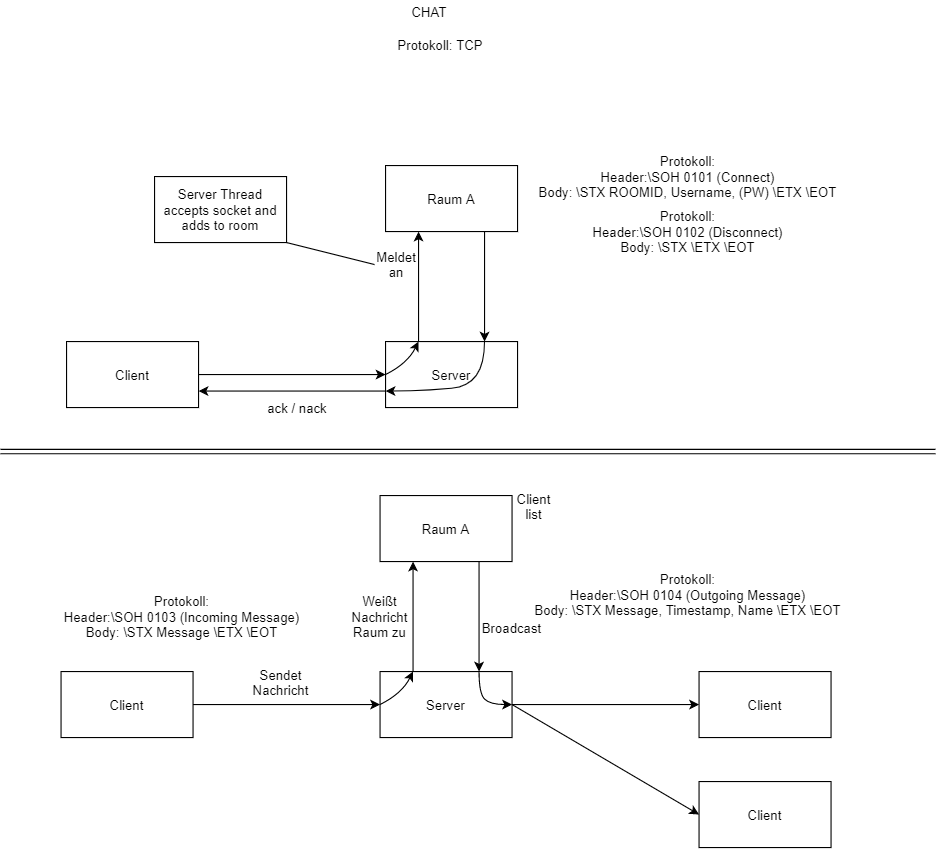
Earlier version of the draw.io export network/ServerArchitecture.png (LittleBeasts/documentation). Source tidied: cells renumbered, new cells last; positions are measured from the earlier drawing's top-left corner, leaving out a move shared by most shapes.
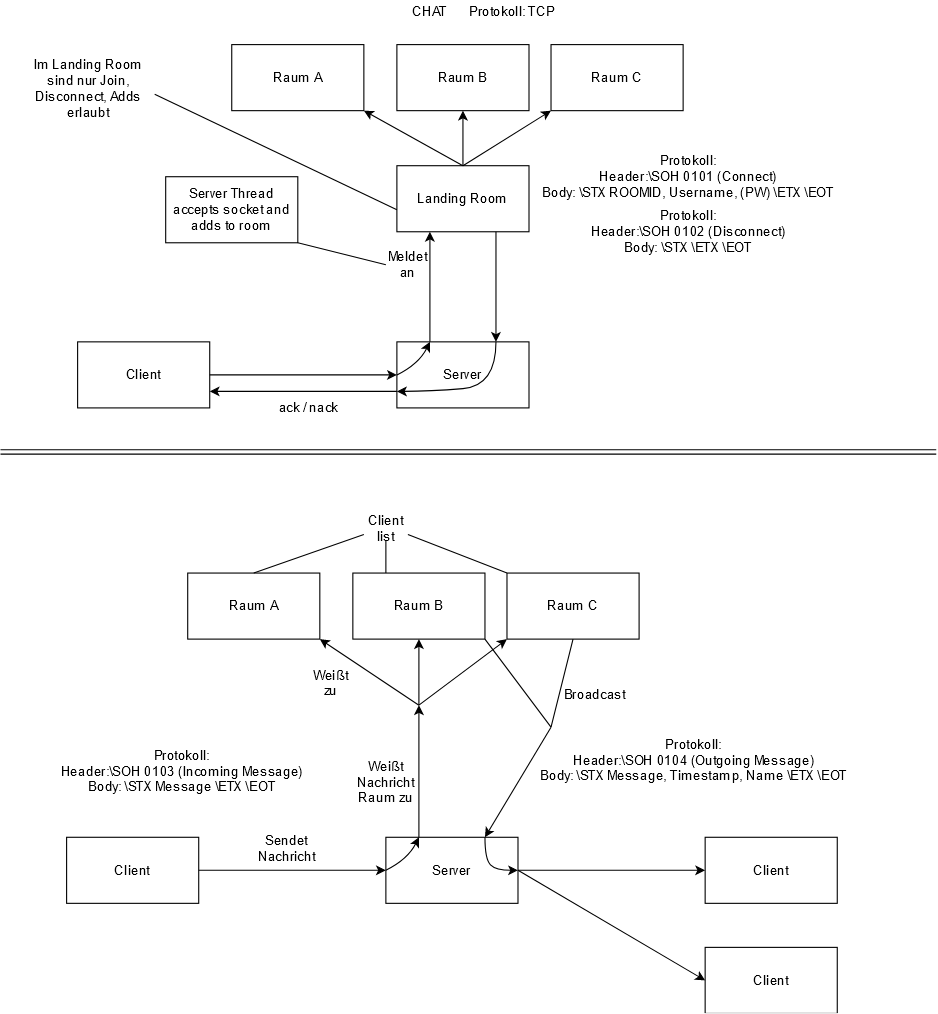
The same diagram one commit later.

Diff of the diagram source:
```diff
@@ -3,13 +3,13 @@
     <mxCell id="0" />
     <mxCell id="1" parent="0" />
     <mxCell id="2" value="Server" style="rounded=0;whiteSpace=wrap;html=1;" parent="1" vertex="1">
-      <mxGeometry x="350" y="310" width="120" height="60" as="geometry" />
+      <mxGeometry x="360" y="310" width="120" height="60" as="geometry" />
     </mxCell>
     <mxCell id="3" value="Client" style="rounded=0;whiteSpace=wrap;html=1;" parent="1" vertex="1">
-      <mxGeometry x="60" y="310" width="120" height="60" as="geometry" />
+      <mxGeometry x="70" y="310" width="120" height="60" as="geometry" />
     </mxCell>
-    <mxCell id="4" value="Raum A" style="rounded=0;whiteSpace=wrap;html=1;" parent="1" vertex="1">
-      <mxGeometry x="350" y="150" width="120" height="60" as="geometry" />
+    <mxCell id="4" value="Landing Room" style="rounded=0;whiteSpace=wrap;html=1;" parent="1" vertex="1">
+      <mxGeometry x="360" y="150" width="120" height="60" as="geometry" />
     </mxCell>
     <mxCell id="5" style="endArrow=classic;html=1;exitX=1;exitY=0.5;exitDx=0;exitDy=0;entryX=0;entryY=0.5;entryDx=0;entryDy=0;" parent="1" edge="1" source="3" target="2">
       <mxGeometry relative="1" as="geometry" />
@@ -20,72 +20,73 @@
     <mxCell id="7" style="curved=1;endArrow=classic;html=1;exitX=0;exitY=0.5;exitDx=0;exitDy=0;entryX=0.25;entryY=0;entryDx=0;entryDy=0;" parent="1" edge="1" source="2" target="2">
       <mxGeometry relative="1" as="geometry">
         <Array as="points">
-          <mxPoint x="370" y="330" />
+          <mxPoint x="380" y="330" />
         </Array>
       </mxGeometry>
     </mxCell>
     <mxCell id="8" value="Meldet an" style="text;html=1;strokeColor=none;fillColor=none;align=center;verticalAlign=middle;whiteSpace=wrap;rounded=0;" parent="1" vertex="1">
-      <mxGeometry x="340" y="230" width="40" height="20" as="geometry" />
+      <mxGeometry x="350" y="230" width="40" height="20" as="geometry" />
     </mxCell>
     <mxCell id="9" value="Server" style="rounded=0;whiteSpace=wrap;html=1;" parent="1" vertex="1">
-      <mxGeometry x="345" y="610" width="120" height="60" as="geometry" />
+      <mxGeometry x="350" y="760" width="120" height="60" as="geometry" />
     </mxCell>
     <mxCell id="10" value="Client" style="rounded=0;whiteSpace=wrap;html=1;" parent="1" vertex="1">
-      <mxGeometry x="55" y="610" width="120" height="60" as="geometry" />
+      <mxGeometry x="60" y="760" width="120" height="60" as="geometry" />
     </mxCell>
     <mxCell id="11" value="Client" style="rounded=0;whiteSpace=wrap;html=1;" parent="1" vertex="1">
-      <mxGeometry x="635" y="610" width="120" height="60" as="geometry" />
+      <mxGeometry x="640" y="760" width="120" height="60" as="geometry" />
     </mxCell>
-    <mxCell id="12" value="Raum A" style="rounded=0;whiteSpace=wrap;html=1;" parent="1" vertex="1">
-      <mxGeometry x="345" y="450" width="120" height="60" as="geometry" />
-    </mxCell>
     <mxCell id="13" style="endArrow=classic;html=1;exitX=1;exitY=0.5;exitDx=0;exitDy=0;entryX=0;entryY=0.5;entryDx=0;entryDy=0;" parent="1" edge="1" source="10" target="9">
       <mxGeometry relative="1" as="geometry" />
     </mxCell>
     <mxCell id="14" style="endArrow=classic;html=1;exitX=1;exitY=0.5;exitDx=0;exitDy=0;entryX=0;entryY=0.5;entryDx=0;entryDy=0;" parent="1" edge="1" source="9" target="11">
       <mxGeometry relative="1" as="geometry" />
     </mxCell>
-    <mxCell id="15" style="endArrow=classic;html=1;entryX=0.25;entryY=1;entryDx=0;entryDy=0;exitX=0.25;exitY=0;exitDx=0;exitDy=0;" parent="1" edge="1" source="9" target="12">
-      <mxGeometry relative="1" as="geometry" />
+    <mxCell id="15" style="endArrow=classic;html=1;exitX=0.25;exitY=0;exitDx=0;exitDy=0;" parent="1" edge="1" source="9">
+      <mxGeometry relative="1" as="geometry">
+        <mxPoint x="380" y="640" as="targetPoint" />
+      </mxGeometry>
     </mxCell>
-    <mxCell id="16" style="endArrow=classic;html=1;exitX=0.75;exitY=1;exitDx=0;exitDy=0;entryX=0.75;entryY=0;entryDx=0;entryDy=0;" parent="1" edge="1" source="12" target="9">
-      <mxGeometry relative="1" as="geometry" />
+    <mxCell id="16" style="endArrow=classic;html=1;entryX=0.75;entryY=0;entryDx=0;entryDy=0;" parent="1" edge="1" target="9">
+      <mxGeometry relative="1" as="geometry">
+        <mxPoint x="500" y="660" as="sourcePoint" />
+      </mxGeometry>
     </mxCell>
     <mxCell id="17" style="curved=1;endArrow=classic;html=1;exitX=0;exitY=0.5;exitDx=0;exitDy=0;entryX=0.25;entryY=0;entryDx=0;entryDy=0;" parent="1" edge="1" source="9" target="9">
       <mxGeometry relative="1" as="geometry">
         <Array as="points">
-          <mxPoint x="365" y="630" />
+          <mxPoint x="370" y="780" />
         </Array>
       </mxGeometry>
     </mxCell>
     <mxCell id="18" style="curved=1;endArrow=classic;html=1;exitX=0.75;exitY=0;exitDx=0;exitDy=0;entryX=1;entryY=0.5;entryDx=0;entryDy=0;" parent="1" edge="1" source="9" target="9">
       <mxGeometry relative="1" as="geometry">
         <Array as="points">
-          <mxPoint x="435" y="630" />
-          <mxPoint x="445" y="640" />
+          <mxPoint x="440" y="780" />
+          <mxPoint x="450" y="790" />
         </Array>
       </mxGeometry>
     </mxCell>
     <mxCell id="19" value="Sendet Nachricht" style="text;html=1;strokeColor=none;fillColor=none;align=center;verticalAlign=middle;whiteSpace=wrap;rounded=0;" parent="1" vertex="1">
-      <mxGeometry x="235" y="610" width="40" height="20" as="geometry" />
+      <mxGeometry x="240" y="760" width="40" height="20" as="geometry" />
     </mxCell>
     <mxCell id="20" value="Weißt Nachricht Raum zu" style="text;html=1;strokeColor=none;fillColor=none;align=center;verticalAlign=middle;whiteSpace=wrap;rounded=0;" parent="1" vertex="1">
-      <mxGeometry x="325" y="550" width="40" height="20" as="geometry" />
+      <mxGeometry x="330" y="700" width="40" height="20" as="geometry" />
     </mxCell>
     <mxCell id="21" value="Broadcast" style="text;html=1;strokeColor=none;fillColor=none;align=center;verticalAlign=middle;whiteSpace=wrap;rounded=0;" parent="1" vertex="1">
-      <mxGeometry x="445" y="560" width="40" height="20" as="geometry" />
+      <mxGeometry x="520" y="620" width="40" height="20" as="geometry" />
     </mxCell>
     <mxCell id="22" value="CHAT" style="text;html=1;strokeColor=none;fillColor=none;align=center;verticalAlign=middle;whiteSpace=wrap;rounded=0;" parent="1" vertex="1">
       <mxGeometry x="120" width="540" height="20" as="geometry" />
     </mxCell>
     <mxCell id="23" value="Client" style="rounded=0;whiteSpace=wrap;html=1;" parent="1" vertex="1">
-      <mxGeometry x="635" y="710" width="120" height="60" as="geometry" />
+      <mxGeometry x="640" y="860" width="120" height="60" as="geometry" />
     </mxCell>
     <mxCell id="24" style="endArrow=classic;html=1;exitX=1;exitY=0.5;exitDx=0;exitDy=0;entryX=0;entryY=0.5;entryDx=0;entryDy=0;" parent="1" edge="1" source="9" target="23">
       <mxGeometry relative="1" as="geometry" />
     </mxCell>
     <mxCell id="25" value="Client list" style="text;html=1;strokeColor=none;fillColor=none;align=center;verticalAlign=middle;whiteSpace=wrap;rounded=0;" parent="1" vertex="1">
-      <mxGeometry x="465" y="450" width="40" height="20" as="geometry" />
+      <mxGeometry x="330" y="470" width="40" height="20" as="geometry" />
     </mxCell>
     <mxCell id="26" style="endArrow=classic;html=1;exitX=0.75;exitY=1;exitDx=0;exitDy=0;entryX=0.75;entryY=0;entryDx=0;entryDy=0;" parent="1" edge="1" source="4" target="2">
       <mxGeometry relative="1" as="geometry" />
@@ -96,22 +97,22 @@
     <mxCell id="28" style="curved=1;endArrow=classic;html=1;exitX=0.75;exitY=0;exitDx=0;exitDy=0;entryX=0;entryY=0.75;entryDx=0;entryDy=0;" parent="1" edge="1" source="2" target="2">
       <mxGeometry relative="1" as="geometry">
         <Array as="points">
-          <mxPoint x="440" y="350" />
-          <mxPoint x="380" y="355" />
+          <mxPoint x="450" y="350" />
+          <mxPoint x="390" y="355" />
         </Array>
       </mxGeometry>
     </mxCell>
     <mxCell id="29" value="ack / nack" style="text;html=1;strokeColor=none;fillColor=none;align=center;verticalAlign=middle;whiteSpace=wrap;rounded=0;" parent="1" vertex="1">
-      <mxGeometry x="240" y="360" width="60" height="20" as="geometry" />
+      <mxGeometry x="250" y="360" width="60" height="20" as="geometry" />
     </mxCell>
     <mxCell id="30" value="Server Thread accepts socket and adds to room" style="rounded=0;whiteSpace=wrap;html=1;" parent="1" vertex="1">
-      <mxGeometry x="140" y="160" width="120" height="60" as="geometry" />
+      <mxGeometry x="150" y="160" width="120" height="60" as="geometry" />
     </mxCell>
     <mxCell id="31" style="endArrow=none;html=1;entryX=0;entryY=0.5;entryDx=0;entryDy=0;exitX=1;exitY=1;exitDx=0;exitDy=0;" parent="1" edge="1" source="30" target="8">
       <mxGeometry relative="1" as="geometry" />
     </mxCell>
     <mxCell id="32" value="Protokoll: TCP" style="text;html=1;strokeColor=none;fillColor=none;align=center;verticalAlign=middle;whiteSpace=wrap;rounded=0;" parent="1" vertex="1">
-      <mxGeometry x="360" y="30" width="80" height="20" as="geometry" />
+      <mxGeometry x="425" width="80" height="20" as="geometry" />
     </mxCell>
     <mxCell id="33" value="Protokoll:&lt;br&gt;Header:\SOH 0101 (Connect)&lt;br&gt;Body: \STX ROOMID, Username, (PW) \ETX \EOT" style="text;html=1;strokeColor=none;fillColor=none;align=center;verticalAlign=middle;whiteSpace=wrap;rounded=0;" parent="1" vertex="1">
       <mxGeometry x="480" y="150" width="290" height="20" as="geometry" />
@@ -120,10 +121,10 @@
       <mxGeometry x="480" y="200" width="290" height="20" as="geometry" />
     </mxCell>
     <mxCell id="35" value="Protokoll:&lt;br&gt;Header:\SOH 0103 (Incoming Message)&lt;br&gt;Body: \STX Message \ETX \EOT" style="text;html=1;strokeColor=none;fillColor=none;align=center;verticalAlign=middle;whiteSpace=wrap;rounded=0;" parent="1" vertex="1">
-      <mxGeometry x="20" y="550" width="290" height="20" as="geometry" />
+      <mxGeometry x="20" y="690" width="290" height="20" as="geometry" />
     </mxCell>
     <mxCell id="36" value="Protokoll:&lt;br&gt;Header:\SOH 0104 (Outgoing Message)&lt;br&gt;Body: \STX Message, Timestamp, Name \ETX \EOT" style="text;html=1;strokeColor=none;fillColor=none;align=center;verticalAlign=middle;whiteSpace=wrap;rounded=0;" parent="1" vertex="1">
-      <mxGeometry x="480" y="530" width="290" height="20" as="geometry" />
+      <mxGeometry x="485" y="680" width="290" height="20" as="geometry" />
     </mxCell>
     <mxCell id="37" style="shape=link;html=1;" parent="1" edge="1">
       <mxGeometry relative="1" as="geometry">
@@ -131,5 +132,79 @@
         <mxPoint x="850" y="410" as="targetPoint" />
       </mxGeometry>
     </mxCell>
+    <mxCell id="38" value="Raum A" style="rounded=0;whiteSpace=wrap;html=1;" parent="1" vertex="1">
+      <mxGeometry x="170" y="520" width="120" height="60" as="geometry" />
+    </mxCell>
+    <mxCell id="39" value="Raum B" style="rounded=0;whiteSpace=wrap;html=1;" parent="1" vertex="1">
+      <mxGeometry x="320" y="520" width="120" height="60" as="geometry" />
+    </mxCell>
+    <mxCell id="40" value="Raum C" style="rounded=0;whiteSpace=wrap;html=1;" parent="1" vertex="1">
+      <mxGeometry x="460" y="520" width="120" height="60" as="geometry" />
+    </mxCell>
+    <mxCell id="41" style="endArrow=none;html=1;exitX=0;exitY=0.75;exitDx=0;exitDy=0;entryX=0.5;entryY=0;entryDx=0;entryDy=0;" parent="1" edge="1" source="25" target="38">
+      <mxGeometry relative="1" as="geometry" />
+    </mxCell>
+    <mxCell id="42" style="endArrow=none;html=1;exitX=0.5;exitY=1;exitDx=0;exitDy=0;exitPerimeter=0;entryX=0.25;entryY=0;entryDx=0;entryDy=0;" parent="1" edge="1" source="25" target="39">
+      <mxGeometry relative="1" as="geometry" />
+    </mxCell>
+    <mxCell id="43" style="endArrow=none;html=1;exitX=1;exitY=0.75;exitDx=0;exitDy=0;entryX=0;entryY=0;entryDx=0;entryDy=0;" parent="1" edge="1" source="25" target="40">
+      <mxGeometry relative="1" as="geometry" />
+    </mxCell>
+    <mxCell id="44" style="endArrow=classic;html=1;exitX=0.5;exitY=0;exitDx=0;exitDy=0;entryX=1;entryY=1;entryDx=0;entryDy=0;" parent="1" edge="1" target="38">
+      <mxGeometry relative="1" as="geometry">
+        <mxPoint x="380" y="640" as="sourcePoint" />
+      </mxGeometry>
+    </mxCell>
+    <mxCell id="45" style="endArrow=classic;html=1;exitX=0.5;exitY=0;exitDx=0;exitDy=0;entryX=0.5;entryY=1;entryDx=0;entryDy=0;" parent="1" edge="1" target="39">
+      <mxGeometry relative="1" as="geometry">
+        <mxPoint x="380" y="640" as="sourcePoint" />
+      </mxGeometry>
+    </mxCell>
+    <mxCell id="46" style="endArrow=classic;html=1;exitX=0.5;exitY=0;exitDx=0;exitDy=0;entryX=0;entryY=1;entryDx=0;entryDy=0;" parent="1" edge="1" target="40">
+      <mxGeometry relative="1" as="geometry">
+        <mxPoint x="380" y="640" as="sourcePoint" />
+      </mxGeometry>
+    </mxCell>
+    <mxCell id="47" value="Weißt zu" style="text;html=1;strokeColor=none;fillColor=none;align=center;verticalAlign=middle;whiteSpace=wrap;rounded=0;" parent="1" vertex="1">
+      <mxGeometry x="280" y="610" width="40" height="20" as="geometry" />
+    </mxCell>
+    <mxCell id="48" style="endArrow=none;html=1;exitX=0.5;exitY=1;exitDx=0;exitDy=0;" parent="1" edge="1" source="40">
+      <mxGeometry relative="1" as="geometry">
+        <mxPoint x="500" y="660" as="targetPoint" />
+      </mxGeometry>
+    </mxCell>
+    <mxCell id="49" style="endArrow=none;html=1;exitX=1;exitY=1;exitDx=0;exitDy=0;" parent="1" edge="1" source="39">
+      <mxGeometry relative="1" as="geometry">
+        <mxPoint x="500" y="660" as="targetPoint" />
+      </mxGeometry>
+    </mxCell>
+    <mxCell id="50" value="Raum A" style="rounded=0;whiteSpace=wrap;html=1;" parent="1" vertex="1">
+      <mxGeometry x="210" y="40" width="120" height="60" as="geometry" />
+    </mxCell>
+    <mxCell id="51" value="Raum B" style="rounded=0;whiteSpace=wrap;html=1;" parent="1" vertex="1">
+      <mxGeometry x="360" y="40" width="120" height="60" as="geometry" />
+    </mxCell>
+    <mxCell id="52" value="Raum C" style="rounded=0;whiteSpace=wrap;html=1;" parent="1" vertex="1">
+      <mxGeometry x="500" y="40" width="120" height="60" as="geometry" />
+    </mxCell>
+    <mxCell id="53" style="endArrow=classic;html=1;exitX=0.5;exitY=0;exitDx=0;exitDy=0;entryX=1;entryY=1;entryDx=0;entryDy=0;" parent="1" edge="1" source="4" target="50">
+      <mxGeometry relative="1" as="geometry" />
+    </mxCell>
+    <mxCell id="54" style="endArrow=classic;html=1;exitX=0.5;exitY=0;exitDx=0;exitDy=0;entryX=0.5;entryY=1;entryDx=0;entryDy=0;" parent="1" edge="1" source="4" target="51">
+      <mxGeometry relative="1" as="geometry" />
+    </mxCell>
+    <mxCell id="55" style="endArrow=classic;html=1;entryX=0;entryY=1;entryDx=0;entryDy=0;" parent="1" edge="1" target="52">
+      <mxGeometry relative="1" as="geometry">
+        <mxPoint x="420" y="150" as="sourcePoint" />
+      </mxGeometry>
+    </mxCell>
+    <mxCell id="56" value="Im Landing Room sind nur Join, Disconnect, Adds erlaubt" style="text;html=1;strokeColor=none;fillColor=none;align=center;verticalAlign=middle;whiteSpace=wrap;rounded=0;" parent="1" vertex="1">
+      <mxGeometry x="20" y="70" width="120" height="20" as="geometry" />
+    </mxCell>
+    <mxCell id="57" style="endArrow=none;html=1;exitX=1;exitY=0.75;exitDx=0;exitDy=0;entryX=0;entryY=0.5;entryDx=0;entryDy=0;" parent="1" edge="1" source="56">
+      <mxGeometry relative="1" as="geometry">
+        <mxPoint x="360" y="190" as="targetPoint" />
+      </mxGeometry>
+    </mxCell>
   </root>
 </mxGraphModel>
```
